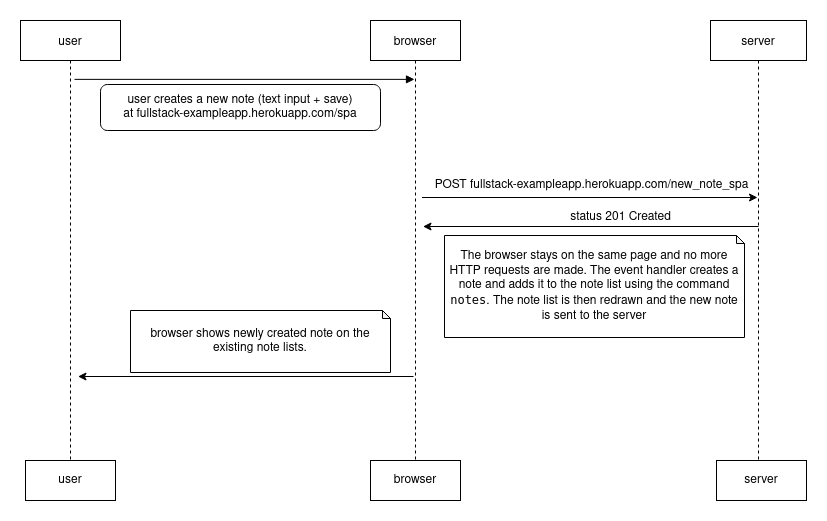
The draw.io diagram part0/0-5_new_note_spa.png in saugkim/utu_2022spring, before a commit. Source tidied: cells renumbered, new cells last; positions are measured from the earlier drawing's top-left corner, leaving out a move shared by most shapes.
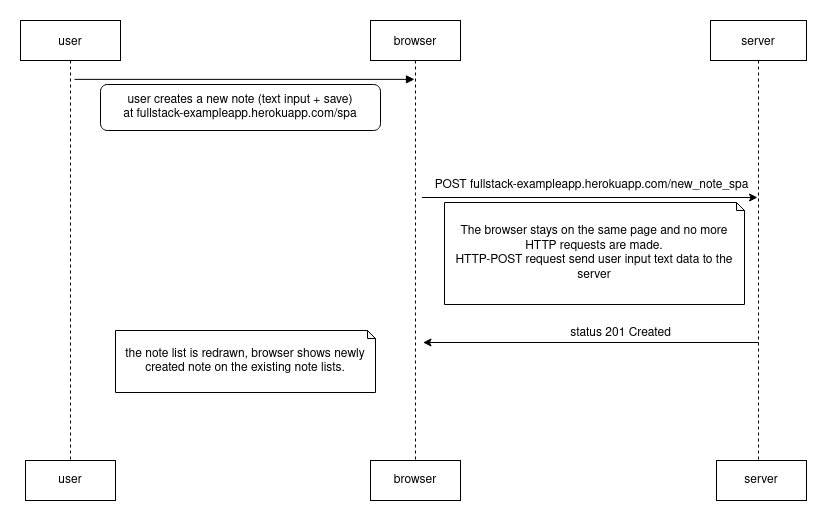
Later version of the same file.

Commit message:
update spa diagram

Diff of the diagram source:
```diff
@@ -20,14 +20,8 @@
     <mxCell id="6" value="&lt;div&gt;user creates a new note (text input + save)&lt;br&gt;&lt;/div&gt;&lt;div&gt;at fullstack-exampleapp.herokuapp.com/spa&lt;/div&gt;" style="rounded=1;whiteSpace=wrap;html=1;arcSize=15;" parent="1" vertex="1">
       <mxGeometry x="80" y="64" width="280" height="46" as="geometry" />
     </mxCell>
-    <mxCell id="7" style="edgeStyle=orthogonalEdgeStyle;rounded=0;orthogonalLoop=1;jettySize=auto;html=1;entryX=0.5;entryY=0.55;entryDx=0;entryDy=0;entryPerimeter=0;" parent="1" edge="1">
-      <mxGeometry relative="1" as="geometry">
-        <mxPoint x="393" y="356" as="sourcePoint" />
-        <mxPoint x="57.5" y="356" as="targetPoint" />
-      </mxGeometry>
-    </mxCell>
-    <mxCell id="8" value="browser shows newly created note on the existing note lists." style="shape=note;whiteSpace=wrap;html=1;backgroundOutline=1;darkOpacity=0.05;size=8;" parent="1" vertex="1">
-      <mxGeometry x="110" y="290" width="260" height="62" as="geometry" />
+    <mxCell id="8" value="the note list is redrawn, browser shows newly created note on the existing note lists." style="shape=note;whiteSpace=wrap;html=1;backgroundOutline=1;darkOpacity=0.05;size=8;" parent="1" vertex="1">
+      <mxGeometry x="95" y="310" width="260" height="62" as="geometry" />
     </mxCell>
     <mxCell id="9" value="user" style="rounded=0;whiteSpace=wrap;html=1;" parent="1" vertex="1">
       <mxGeometry x="5" y="440" width="90" height="40" as="geometry" />
@@ -48,16 +42,16 @@
       </mxGeometry>
     </mxCell>
     <mxCell id="14" value="status 201 Created" style="text;html=1;align=center;verticalAlign=middle;fillColor=none;strokeColor=none;rounded=0;" parent="1" vertex="1">
-      <mxGeometry x="540" y="187" width="120" height="20" as="geometry" />
+      <mxGeometry x="540" y="303" width="120" height="20" as="geometry" />
     </mxCell>
     <mxCell id="15" style="edgeStyle=orthogonalEdgeStyle;rounded=0;orthogonalLoop=1;jettySize=auto;html=1;entryX=0.5;entryY=0.55;entryDx=0;entryDy=0;entryPerimeter=0;" parent="1" edge="1">
       <mxGeometry relative="1" as="geometry">
-        <mxPoint x="738" y="206" as="sourcePoint" />
-        <mxPoint x="402.5" y="206" as="targetPoint" />
+        <mxPoint x="738" y="322" as="sourcePoint" />
+        <mxPoint x="402.5" y="322" as="targetPoint" />
       </mxGeometry>
     </mxCell>
-    <mxCell id="16" value="&lt;div&gt; The browser stays on the same page and no more HTTP requests are made. The event handler creates a note and adds it to the note list using the command &lt;code class=&quot;highlighter-rouge&quot;&gt;notes&lt;/code&gt;. The note list is then redrawn and the new note is sent to the server&lt;br&gt; &lt;/div&gt;" style="shape=note;whiteSpace=wrap;html=1;backgroundOutline=1;darkOpacity=0.05;size=8;" parent="1" vertex="1">
-      <mxGeometry x="424" y="215" width="300" height="102" as="geometry" />
+    <mxCell id="16" value="&lt;div&gt; The browser stays on the same page and no more HTTP requests are made. &lt;br&gt;&lt;/div&gt;&lt;div&gt;HTTP-POST request send user input text data to the server&lt;br&gt;&lt;/div&gt;" style="shape=note;whiteSpace=wrap;html=1;backgroundOutline=1;darkOpacity=0.05;size=8;" parent="1" vertex="1">
+      <mxGeometry x="424" y="182" width="300" height="102" as="geometry" />
     </mxCell>
   </root>
 </mxGraphModel>
```
